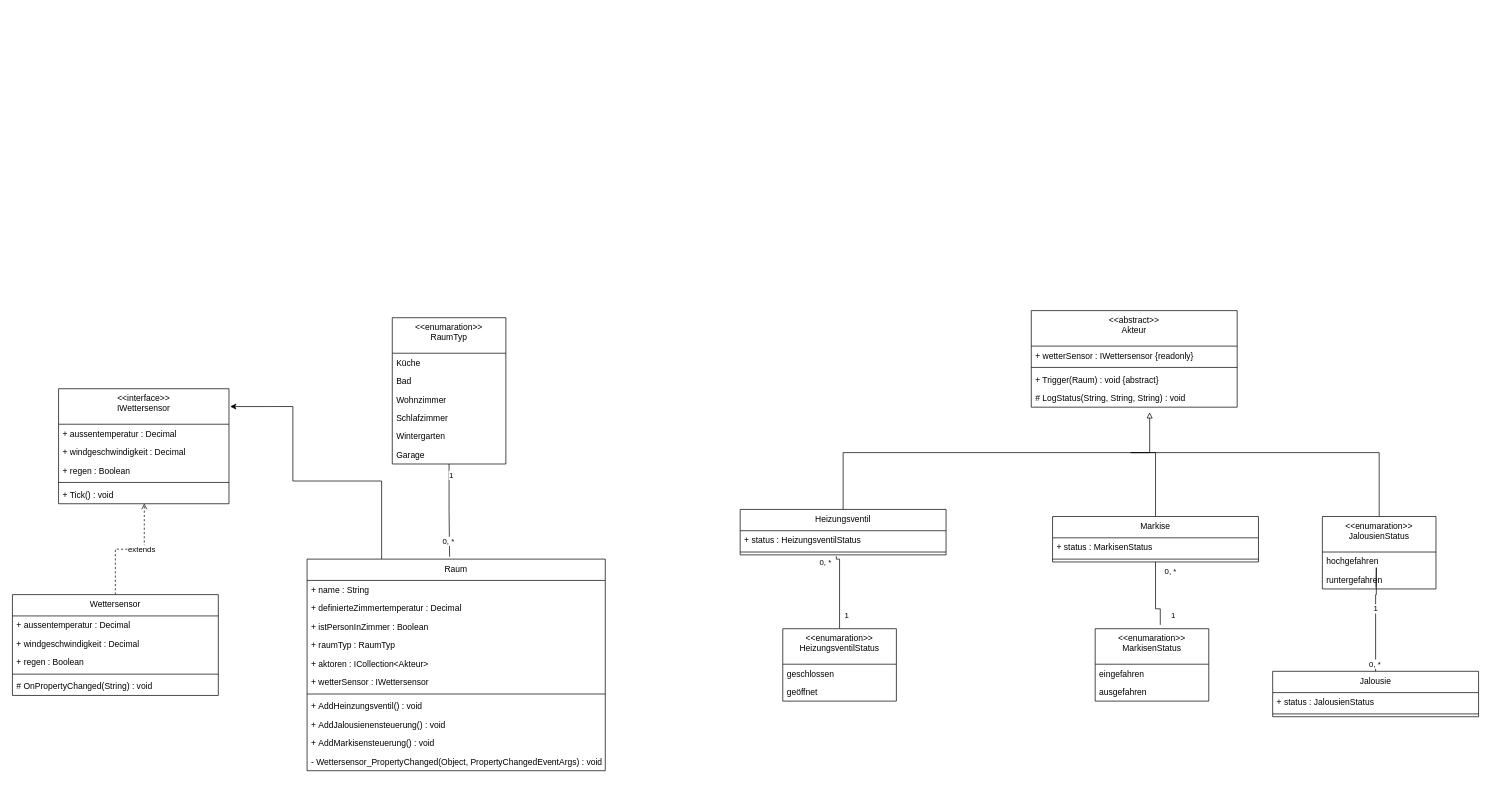
Earlier version of the draw.io diagram Planning/Klassendiagramm.drawio (hiltiraphael/SmartHome). Source tidied: cells renumbered, new cells numbered last; positions are measured from the earlier drawing's top-left corner, leaving out a move shared by most shapes. Both pictures are drawn from the tidied source at 71%, with x=0, y=0 at pixel (12, 310).
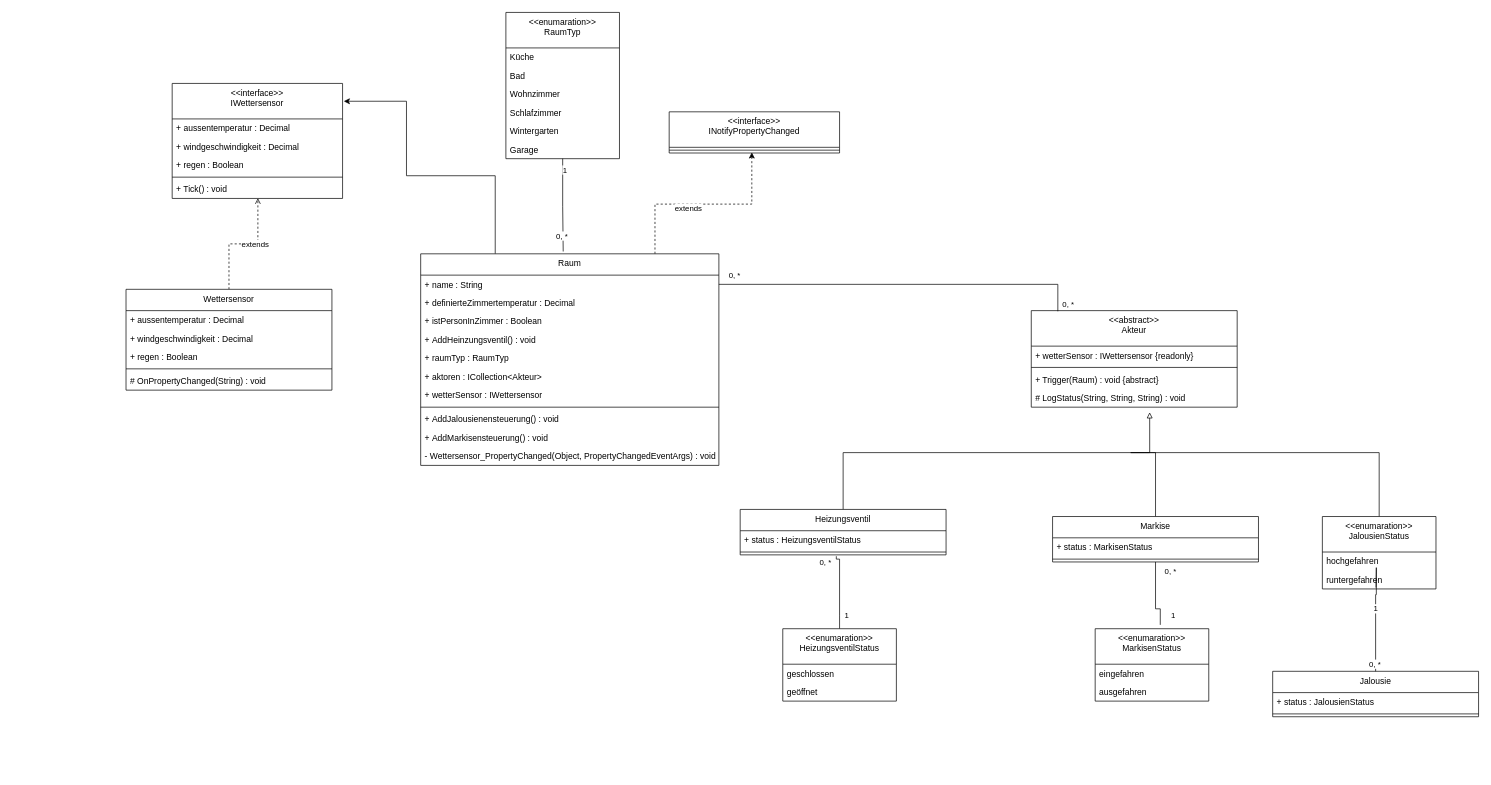
The same diagram, later.

Commit message (it also covers changes not shown here):
forgot one annotation

The change refers to these unchanged cells:
```xml
<mxCell id="18" value="+ name : String" style="text;align=left;verticalAlign=top;spacingLeft=4;spacingRight=4;overflow=hidden;points=[[0,0.5],[1,0.5]];portConstraint=eastwest;" parent="17" vertex="1">
  <mxGeometry y="30" width="420" height="26" as="geometry" />
</mxCell>
<mxCell id="39" value="&lt;&lt;abstract&gt;&gt;&#10;Akteur" style="swimlane;fontStyle=0;align=center;verticalAlign=top;horizontal=1;startSize=50;" parent="1" vertex="1">
  <mxGeometry x="1435" width="290" height="136" as="geometry" />
</mxCell>
```

Diff of the diagram source:
```diff
@@
     <mxCell id="2" value="&lt;&lt;interface&gt;&gt;&#10;IWettersensor" style="swimlane;fontStyle=0;align=center;verticalAlign=top;horizontal=1;startSize=50;" parent="1" vertex="1">
-      <mxGeometry x="65" y="110" width="240" height="162" as="geometry" />
+      <mxGeometry x="225" y="-320" width="240" height="162" as="geometry" />
     </mxCell>
@@
     <mxCell id="10" value="Wettersensor" style="swimlane;fontStyle=0;align=center;verticalAlign=top;horizontal=1;startSize=30;" parent="1" vertex="1">
-      <mxGeometry y="400" width="290" height="142" as="geometry" />
+      <mxGeometry x="160" y="-30" width="290" height="142" as="geometry" />
     </mxCell>
@@
     <mxCell id="16" style="edgeStyle=orthogonalEdgeStyle;rounded=0;jettySize=auto;html=1;entryX=1.007;entryY=0.155;entryDx=0;entryDy=0;entryPerimeter=0;exitX=0.25;exitY=0;exitDx=0;exitDy=0;" parent="1" edge="1" source="17" target="2">
       <mxGeometry relative="1" as="geometry">
         <Array as="points">
-          <mxPoint x="520" y="240" />
-          <mxPoint x="395" y="240" />
-          <mxPoint x="395" y="135" />
+          <mxPoint x="680" y="-190" />
+          <mxPoint x="555" y="-190" />
+          <mxPoint x="555" y="-295" />
         </Array>
       </mxGeometry>
     </mxCell>
+    <mxCell id="71" style="edgeStyle=orthogonalEdgeStyle;rounded=0;jettySize=auto;html=1;entryX=0.485;entryY=0.889;entryDx=0;entryDy=0;entryPerimeter=0;dashed=1;" parent="1" edge="1" source="17" target="74">
+      <mxGeometry relative="1" as="geometry">
+        <Array as="points">
+          <mxPoint x="905" y="-150" />
+          <mxPoint x="1041" y="-150" />
+        </Array>
+      </mxGeometry>
+    </mxCell>
+    <mxCell id="72" value="extends" style="edgeLabel;html=1;align=center;verticalAlign=middle;" parent="71" vertex="1">
+      <mxGeometry x="-0.17" y="-5" relative="1" as="geometry" />
+    </mxCell>
     <mxCell id="17" value="Raum" style="swimlane;fontStyle=0;align=center;verticalAlign=top;horizontal=1;startSize=30;" parent="1" vertex="1">
-      <mxGeometry x="415" y="350" width="420" height="298" as="geometry" />
+      <mxGeometry x="575" y="-80" width="420" height="298" as="geometry" />
     </mxCell>
@@
+    <mxCell id="25" value="+ AddHeinzungsventil() : void" style="text;align=left;verticalAlign=top;spacingLeft=4;spacingRight=4;overflow=hidden;" parent="17" vertex="1">
+      <mxGeometry y="108" width="420" height="26" as="geometry" />
+    </mxCell>
     <mxCell id="21" value="+ raumTyp : RaumTyp" style="text;align=left;verticalAlign=top;spacingLeft=4;spacingRight=4;overflow=hidden;" parent="17" vertex="1">
-      <mxGeometry y="108" width="420" height="26" as="geometry" />
+      <mxGeometry y="134" width="420" height="26" as="geometry" />
     </mxCell>
     <mxCell id="22" value="+ aktoren : ICollection&lt;Akteur&gt;" style="text;align=left;verticalAlign=top;spacingLeft=4;spacingRight=4;overflow=hidden;fontColor=#000000;" parent="17" vertex="1">
-      <mxGeometry y="134" width="420" height="26" as="geometry" />
+      <mxGeometry y="160" width="420" height="26" as="geometry" />
     </mxCell>
     <mxCell id="23" value="+ wetterSensor : IWettersensor" style="text;align=left;verticalAlign=top;spacingLeft=4;spacingRight=4;overflow=hidden;" parent="17" vertex="1">
-      <mxGeometry y="160" width="420" height="26" as="geometry" />
+      <mxGeometry y="186" width="420" height="26" as="geometry" />
     </mxCell>
     <mxCell id="24" style="line;strokeWidth=1;fillColor=none;align=left;verticalAlign=middle;spacingTop=-1;spacingLeft=3;spacingRight=3;labelPosition=right;strokeColor=inherit;" parent="17" vertex="1">
-      <mxGeometry y="186" width="420" height="8" as="geometry" />
+      <mxGeometry y="212" width="420" height="8" as="geometry" />
     </mxCell>
-    <mxCell id="25" value="+ AddHeinzungsventil() : void" style="text;align=left;verticalAlign=top;spacingLeft=4;spacingRight=4;overflow=hidden;" parent="17" vertex="1">
-      <mxGeometry y="194" width="420" height="26" as="geometry" />
-    </mxCell>
@@
     <mxCell id="32" value="&lt;&lt;enumaration&gt;&gt;&#10;RaumTyp" style="swimlane;fontStyle=0;align=center;verticalAlign=top;horizontal=1;startSize=50;" parent="1" vertex="1">
-      <mxGeometry x="535" y="10" width="160" height="206" as="geometry" />
+      <mxGeometry x="695" y="-420" width="160" height="206" as="geometry" />
     </mxCell>
@@
+    <mxCell id="73" value="&lt;&lt;interface&gt;&gt;&#10;INotifyPropertyChanged" style="swimlane;fontStyle=0;align=center;verticalAlign=top;horizontal=1;startSize=50;" parent="1" vertex="1">
+      <mxGeometry x="925" y="-280" width="240" height="58" as="geometry" />
+    </mxCell>
+    <mxCell id="74" style="line;strokeWidth=1;fillColor=none;align=left;verticalAlign=middle;spacingTop=-1;spacingLeft=3;spacingRight=3;labelPosition=right;points=[];portConstraint=eastwest;strokeColor=inherit;" parent="73" vertex="1">
+      <mxGeometry y="50" width="240" height="8" as="geometry" />
+    </mxCell>
+    <mxCell id="75" style="edgeStyle=orthogonalEdgeStyle;rounded=0;jettySize=auto;html=1;entryX=0.129;entryY=0.007;entryDx=0;entryDy=0;entryPerimeter=0;endArrow=none;endFill=0;" parent="1" edge="1" source="18" target="39">
+      <mxGeometry relative="1" as="geometry">
+        <Array as="points">
+          <mxPoint x="1472" y="-37" />
+        </Array>
+      </mxGeometry>
+    </mxCell>
+    <mxCell id="76" value="0, *" style="edgeLabel;html=1;align=center;verticalAlign=middle;rotation=0;" parent="75" vertex="1">
+      <mxGeometry x="0.59" y="-2" relative="1" as="geometry">
+        <mxPoint x="81" y="25" as="offset" />
+      </mxGeometry>
+    </mxCell>
+    <mxCell id="77" value="0, *" style="edgeLabel;html=1;align=center;verticalAlign=middle;" parent="75" vertex="1">
+      <mxGeometry x="0.02" y="-3" relative="1" as="geometry">
+        <mxPoint x="-242" y="-16" as="offset" />
+      </mxGeometry>
+    </mxCell>
```
